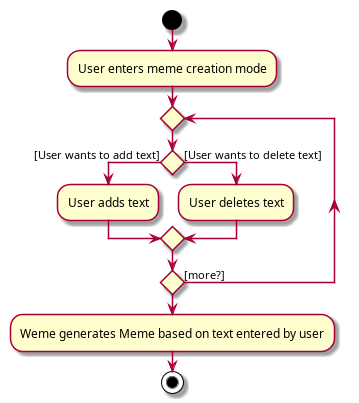
Before: docs/images/MemeCreationActivityDiagram.png, a diagram exported from PlantUML (nus-cs2103-AY1920S1/addressbook-level3). The source it was exported from:
```plantuml
@startuml
start
:User enters meme creation mode;


repeat
if () then ([User wants to add text])
    :User adds text;
else ([User wants to delete text])
    :User deletes text;
endif
repeat while () is ([more?])

:Weme generates Meme based on text entered by user;
stop
@enduml
```
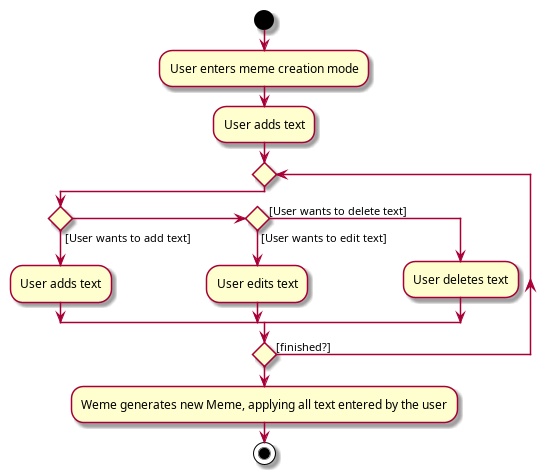
The same file after the commit.

The edit, as a diff of the source:
```diff
@@ -3,14 +3,18 @@
 :User enters meme creation mode;
 
 
+:User adds text;
+
 repeat
 if () then ([User wants to add text])
     :User adds text;
+else if () then ([User wants to edit text])
+    :User edits text;
 else ([User wants to delete text])
     :User deletes text;
 endif
-repeat while () is ([more?])
+repeat while () is ([finished?])
 
-:Weme generates Meme based on text entered by user;
+:Weme generates new Meme, applying all text entered by the user;
 stop
 @enduml
```
